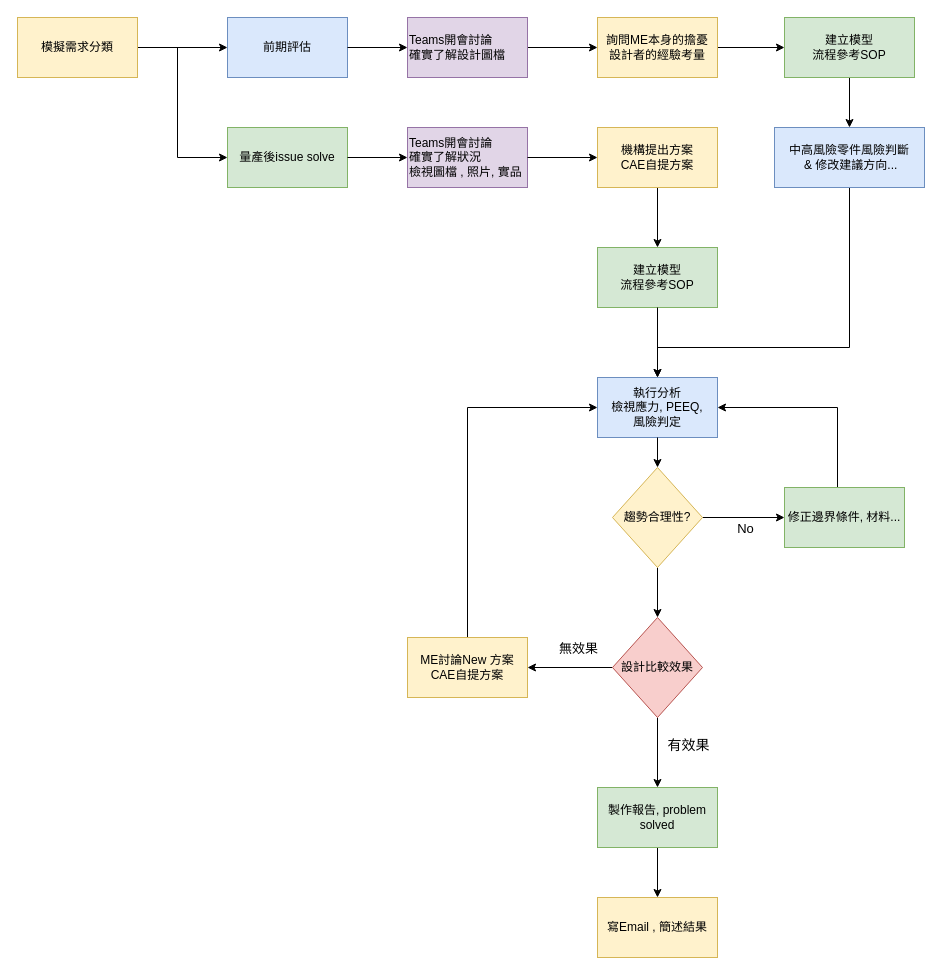
Earlier version of the draw.io diagram page "問題解決" (3 of 3) of CAE_process.drawio (TerryChan726/draw_io). Source tidied: cells renumbered, new cells numbered last; positions are measured from the earlier drawing's top-left corner, leaving out a move shared by most shapes. Both pictures are drawn from the tidied source at 100%, with x=0, y=0 at pixel (17, 17).
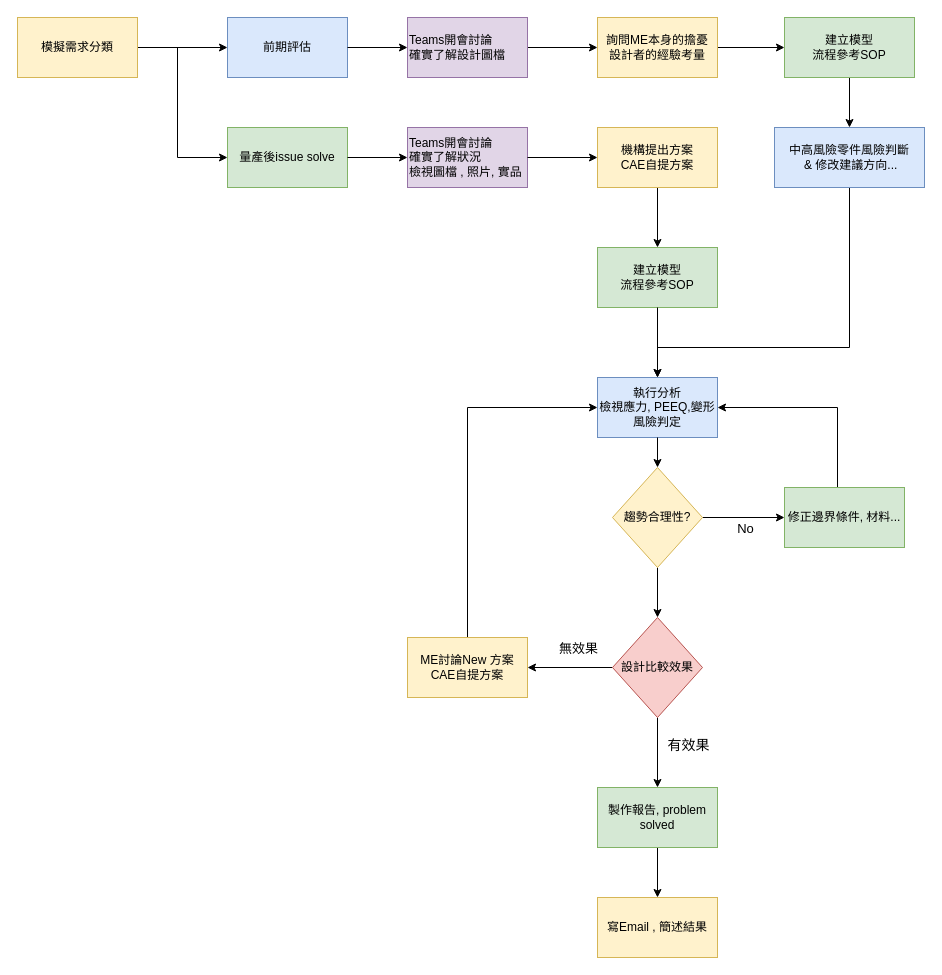
Above is the later version.

Diff of the diagram source:
```diff
@@
-    <mxCell id="33" value="&lt;div&gt;&lt;span style=&quot;background-color: transparent; color: light-dark(rgb(0, 0, 0), rgb(255, 255, 255));&quot;&gt;執行分析&lt;/span&gt;&lt;/div&gt;&lt;div style=&quot;&quot;&gt;&lt;span style=&quot;background-color: transparent; color: light-dark(rgb(0, 0, 0), rgb(255, 255, 255));&quot;&gt;檢視應力, PEEQ,&lt;/span&gt;&lt;/div&gt;&lt;div style=&quot;&quot;&gt;&lt;span style=&quot;background-color: transparent; color: light-dark(rgb(0, 0, 0), rgb(255, 255, 255));&quot;&gt;風險判定&lt;/span&gt;&lt;/div&gt;" style="rounded=0;whiteSpace=wrap;html=1;fillColor=#dae8fc;strokeColor=#6c8ebf;align=center;" parent="1" vertex="1">
+    <mxCell id="33" value="&lt;div&gt;&lt;span style=&quot;background-color: transparent; color: light-dark(rgb(0, 0, 0), rgb(255, 255, 255));&quot;&gt;執行分析&lt;/span&gt;&lt;/div&gt;&lt;div style=&quot;&quot;&gt;&lt;span style=&quot;background-color: transparent; color: light-dark(rgb(0, 0, 0), rgb(255, 255, 255));&quot;&gt;檢視應力, PEEQ,變形&lt;/span&gt;&lt;/div&gt;&lt;div style=&quot;&quot;&gt;&lt;span style=&quot;background-color: transparent; color: light-dark(rgb(0, 0, 0), rgb(255, 255, 255));&quot;&gt;風險判定&lt;/span&gt;&lt;/div&gt;" style="rounded=0;whiteSpace=wrap;html=1;fillColor=#dae8fc;strokeColor=#6c8ebf;align=center;" parent="1" vertex="1">
       <mxGeometry x="580" y="360" width="120" height="60" as="geometry" />
     </mxCell>
```
